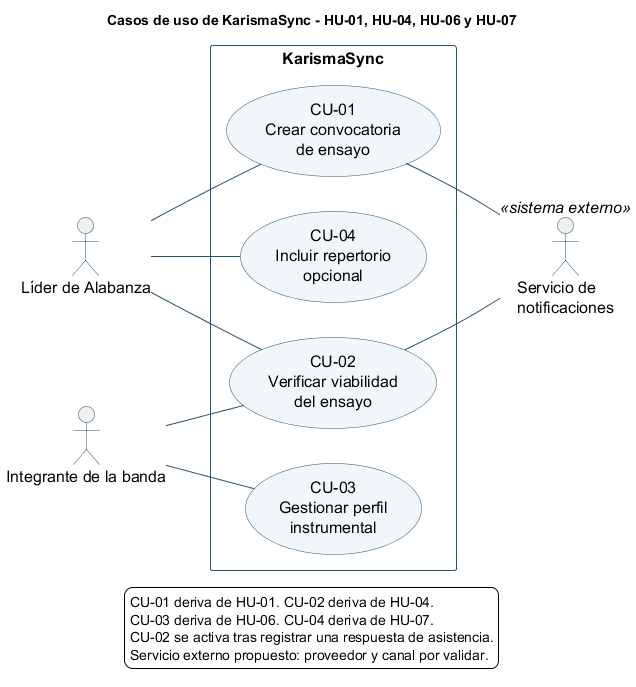
Ayiness/KarismaSync keeps this PlantUML diagram as diagramas/casos-de-uso.png. Above is the earlier version.
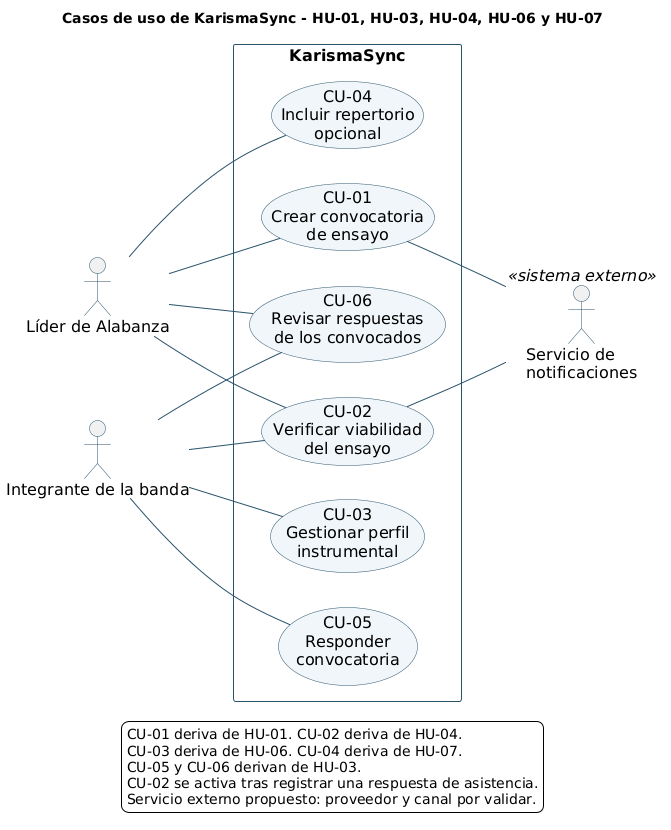
Above is the later version.

The edit, as a diff of the source:
```diff
@@ -1,5 +1,5 @@
 @startuml
-title Casos de uso de KarismaSync - HU-01, HU-04, HU-06 y HU-07
+title Casos de uso de KarismaSync - HU-01, HU-03, HU-04, HU-06 y HU-07
 left to right direction
 skinparam backgroundColor white
 skinparam shadowing false
@@ -22,6 +22,8 @@
   usecase "CU-02\nVerificar viabilidad\ndel ensayo" as CU02
   usecase "CU-03\nGestionar perfil\ninstrumental" as CU03
   usecase "CU-04\nIncluir repertorio\nopcional" as CU04
+  usecase "CU-05\nResponder\nconvocatoria" as CU05
+  usecase "CU-06\nRevisar respuestas\nde los convocados" as CU06
 }
 
 Lider -- CU01
@@ -34,9 +36,14 @@
 Integrante -- CU03
 Lider -- CU04
 
+Integrante -- CU05
+Lider -- CU06
+Integrante -- CU06
+
 legend bottom
   CU-01 deriva de HU-01. CU-02 deriva de HU-04.
   CU-03 deriva de HU-06. CU-04 deriva de HU-07.
+  CU-05 y CU-06 derivan de HU-03.
   CU-02 se activa tras registrar una respuesta de asistencia.
   Servicio externo propuesto: proveedor y canal por validar.
 endlegend
```
